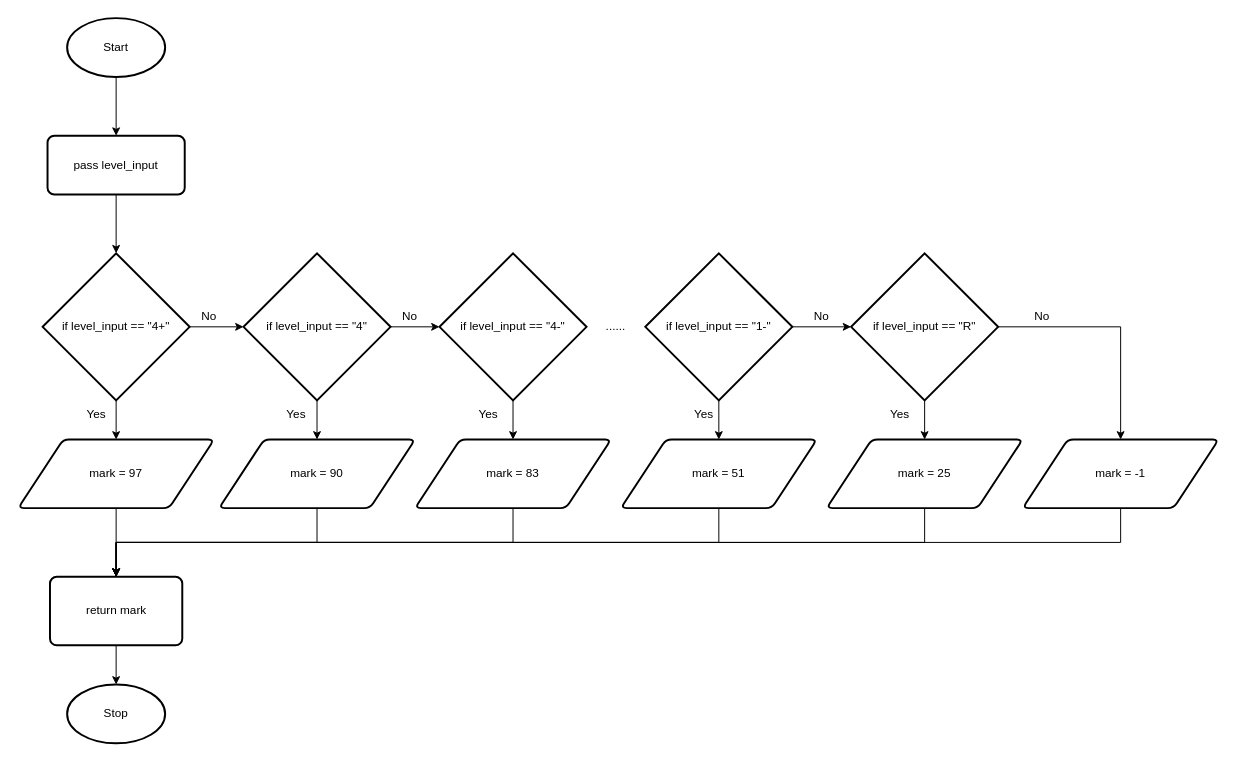
Before: design.flowchart.drawio in Yiyun-Qin/ICS3U-Unit5-03-Python, a draw.io diagram. Source tidied: cells renumbered, new cells numbered last; positions are measured from the earlier drawing's top-left corner, leaving out a move shared by most shapes. Both pictures are drawn from the tidied source at 98%, with x=0, y=0 at pixel (18, 18).
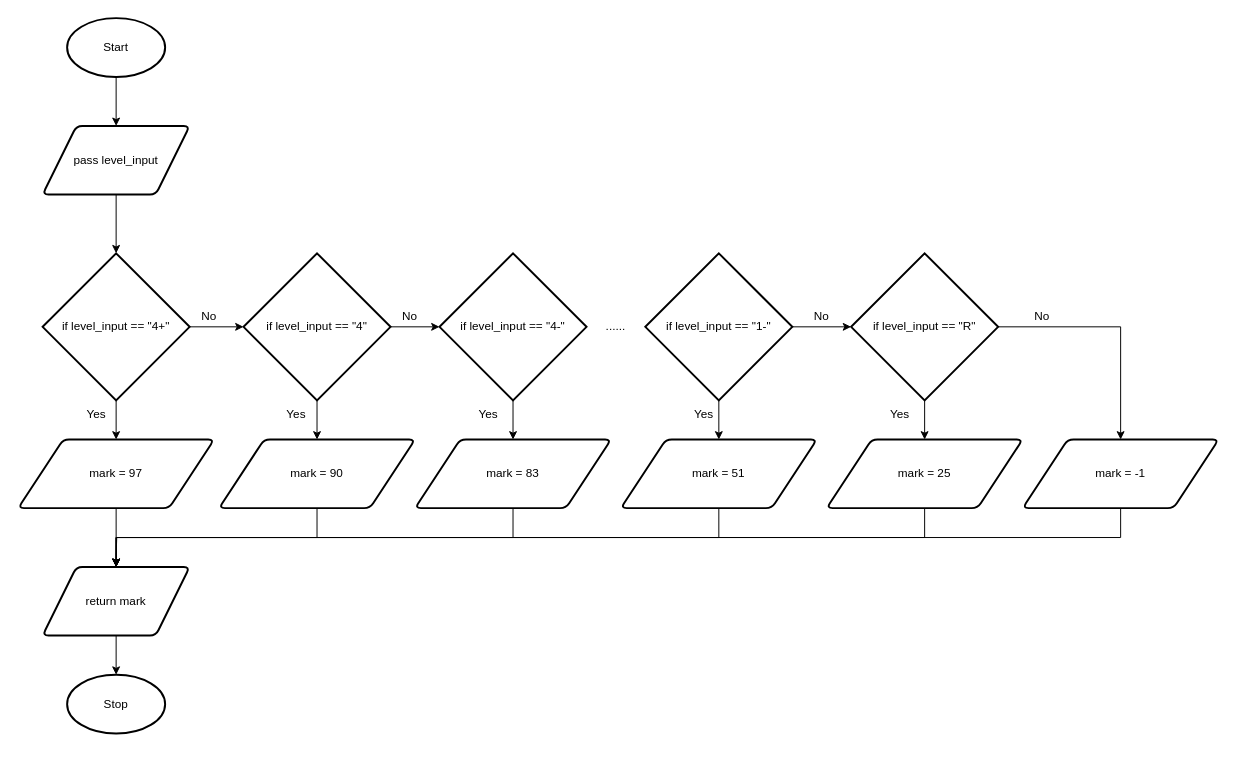
The same page after the edit.

The change refers to these unchanged cells:
```xml
<mxCell id="8" value="mark = 97" style="shape=parallelogram;html=1;strokeWidth=2;perimeter=parallelogramPerimeter;whiteSpace=wrap;rounded=1;arcSize=12;size=0.23;" parent="1" vertex="1">
  <mxGeometry y="430" width="200" height="70" as="geometry" />
</mxCell>
<mxCell id="11" value="if level_input == &quot;4+&quot;" style="strokeWidth=2;html=1;shape=mxgraph.flowchart.decision;whiteSpace=wrap;" parent="1" vertex="1">
  <mxGeometry x="25" y="240" width="150" height="150" as="geometry" />
</mxCell>
<mxCell id="17" value="mark = 90" style="shape=parallelogram;html=1;strokeWidth=2;perimeter=parallelogramPerimeter;whiteSpace=wrap;rounded=1;arcSize=12;size=0.23;" parent="1" vertex="1">
  <mxGeometry x="205" y="430" width="200" height="70" as="geometry" />
</mxCell>
<mxCell id="36" value="mark = 25" style="shape=parallelogram;html=1;strokeWidth=2;perimeter=parallelogramPerimeter;whiteSpace=wrap;rounded=1;arcSize=12;size=0.23;" parent="1" vertex="1">
  <mxGeometry x="825" y="430" width="200" height="70" as="geometry" />
</mxCell>
<mxCell id="41" value="mark = -1" style="shape=parallelogram;html=1;strokeWidth=2;perimeter=parallelogramPerimeter;whiteSpace=wrap;rounded=1;arcSize=12;size=0.23;" parent="1" vertex="1">
  <mxGeometry x="1025" y="430" width="200" height="70" as="geometry" />
</mxCell>
```

The edit, as a diff of the source:
```diff
@@
     <mxCell id="4" value="Stop" style="strokeWidth=2;html=1;shape=mxgraph.flowchart.start_1;whiteSpace=wrap;" parent="1" vertex="1">
-      <mxGeometry x="50" y="680" width="100" height="60" as="geometry" />
+      <mxGeometry x="50" y="670" width="100" height="60" as="geometry" />
     </mxCell>
-    <mxCell id="5" style="edgeStyle=orthogonalEdgeStyle;rounded=0;html=1;exitX=0.5;exitY=1;exitDx=0;exitDy=0;entryX=0.5;entryY=0;entryDx=0;entryDy=0;entryPerimeter=0;" parent="1" edge="1" source="6" target="11">
-      <mxGeometry relative="1" as="geometry" />
-    </mxCell>
-    <mxCell id="6" value="pass level_input" style="rounded=1;whiteSpace=wrap;html=1;absoluteArcSize=1;arcSize=14;strokeWidth=2;" parent="1" vertex="1">
-      <mxGeometry x="30" y="120" width="140" height="60" as="geometry" />
-    </mxCell>
-    <mxCell id="7" style="edgeStyle=orthogonalEdgeStyle;rounded=0;html=1;exitX=0.5;exitY=1;exitDx=0;exitDy=0;entryX=0.5;entryY=0;entryDx=0;entryDy=0;" parent="1" edge="1" source="8" target="44">
+    <mxCell id="7" style="edgeStyle=none;html=1;exitX=0.5;exitY=1;exitDx=0;exitDy=0;entryX=0.5;entryY=0;entryDx=0;entryDy=0;" parent="1" edge="1" source="8" target="44">
       <mxGeometry relative="1" as="geometry" />
     </mxCell>
@@
-    <mxCell id="16" style="edgeStyle=orthogonalEdgeStyle;rounded=0;html=1;exitX=0.5;exitY=1;exitDx=0;exitDy=0;entryX=0.5;entryY=0;entryDx=0;entryDy=0;" parent="1" edge="1" source="17" target="44">
+    <mxCell id="16" style="edgeStyle=orthogonalEdgeStyle;html=1;exitX=0.5;exitY=1;exitDx=0;exitDy=0;entryX=0.5;entryY=0;entryDx=0;entryDy=0;rounded=0;" parent="1" edge="1" source="17" target="44">
       <mxGeometry relative="1" as="geometry" />
     </mxCell>
@@
-    <mxCell id="35" style="edgeStyle=orthogonalEdgeStyle;rounded=0;html=1;exitX=0.5;exitY=1;exitDx=0;exitDy=0;entryX=0.5;entryY=0;entryDx=0;entryDy=0;" parent="1" edge="1" source="36" target="44">
-      <mxGeometry relative="1" as="geometry" />
-    </mxCell>
+    <mxCell id="45" style="edgeStyle=orthogonalEdgeStyle;rounded=0;html=1;exitX=0.5;exitY=1;exitDx=0;exitDy=0;" parent="1" edge="1" source="36">
+      <mxGeometry relative="1" as="geometry">
+        <mxPoint x="100" y="560" as="targetPoint" />
+      </mxGeometry>
+    </mxCell>
@@
-    <mxCell id="40" style="edgeStyle=orthogonalEdgeStyle;rounded=0;html=1;exitX=0.5;exitY=1;exitDx=0;exitDy=0;entryX=0.5;entryY=0;entryDx=0;entryDy=0;" parent="1" edge="1" source="41" target="44">
-      <mxGeometry relative="1" as="geometry" />
-    </mxCell>
+    <mxCell id="46" style="edgeStyle=orthogonalEdgeStyle;rounded=0;html=1;exitX=0.5;exitY=1;exitDx=0;exitDy=0;" parent="1" edge="1" source="41">
+      <mxGeometry relative="1" as="geometry">
+        <mxPoint x="100" y="560" as="targetPoint" />
+      </mxGeometry>
+    </mxCell>
@@
+    <mxCell id="5" style="edgeStyle=none;html=1;exitX=0.5;exitY=1;exitDx=0;exitDy=0;entryX=0.5;entryY=0;entryDx=0;entryDy=0;entryPerimeter=0;" parent="1" edge="1" source="6" target="11">
+      <mxGeometry relative="1" as="geometry" />
+    </mxCell>
+    <mxCell id="6" value="&lt;span&gt;pass level_input&lt;/span&gt;" style="shape=parallelogram;html=1;strokeWidth=2;perimeter=parallelogramPerimeter;whiteSpace=wrap;rounded=1;arcSize=12;size=0.23;" parent="1" vertex="1">
+      <mxGeometry x="25" y="110" width="150" height="70" as="geometry" />
+    </mxCell>
@@
-    <mxCell id="44" value="return mark" style="rounded=1;whiteSpace=wrap;html=1;absoluteArcSize=1;arcSize=14;strokeWidth=2;" parent="1" vertex="1">
-      <mxGeometry x="32.5" y="570" width="135" height="70" as="geometry" />
+    <mxCell id="44" value="&lt;span&gt;return mark&lt;/span&gt;" style="shape=parallelogram;html=1;strokeWidth=2;perimeter=parallelogramPerimeter;whiteSpace=wrap;rounded=1;arcSize=12;size=0.23;" parent="1" vertex="1">
+      <mxGeometry x="25" y="560" width="150" height="70" as="geometry" />
     </mxCell>
```
